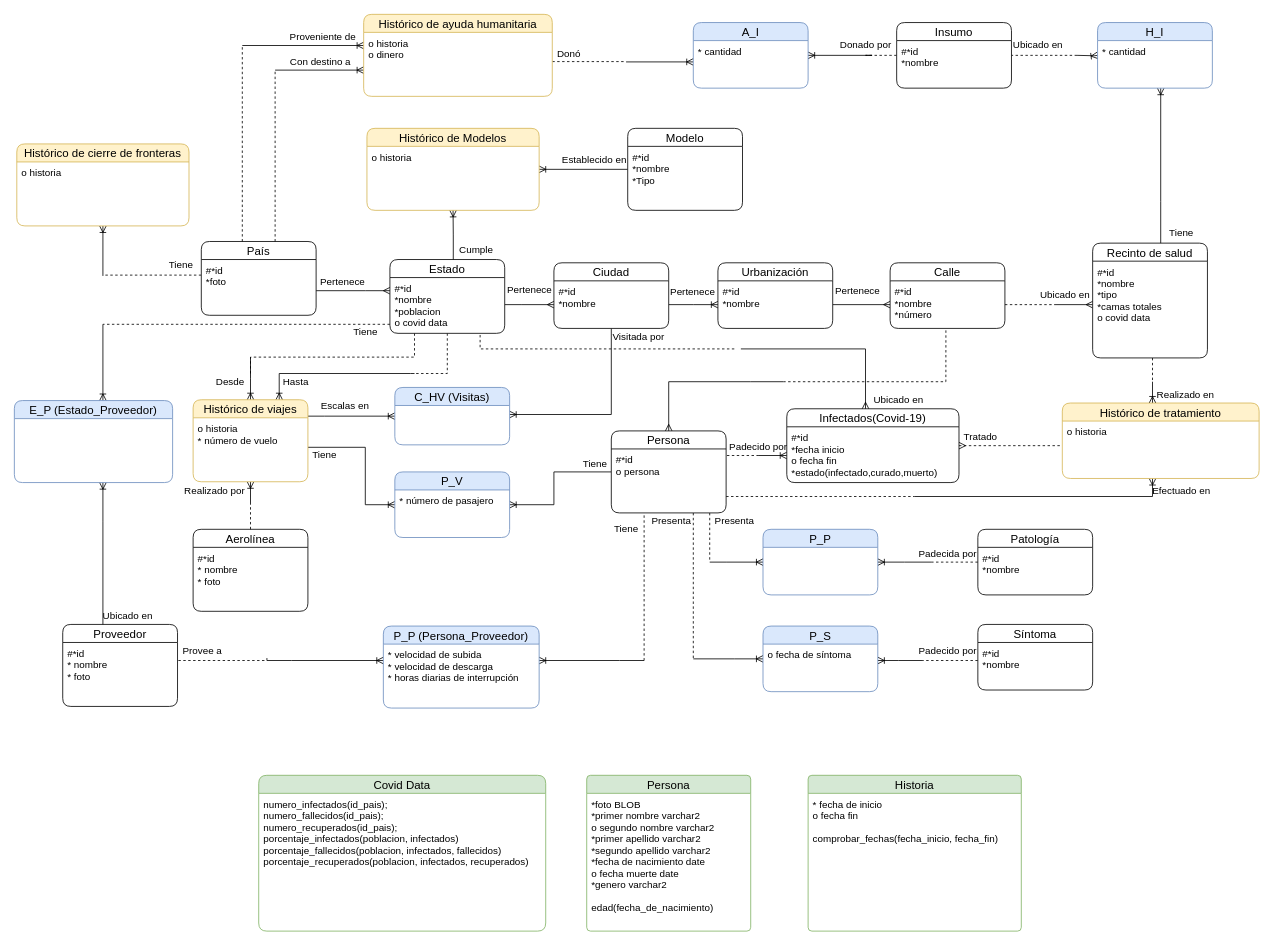
This is DB II/ER_Prototype_2.drawio from NeutronBlast/IS-Ex, a draw.io file, before an edit. Source tidied: cells renumbered, new cells numbered last; positions are measured from the earlier drawing's top-left corner, leaving out a move shared by most shapes. Both pictures are drawn from the tidied source at 82%, with x=0, y=0 at pixel (14, 14).
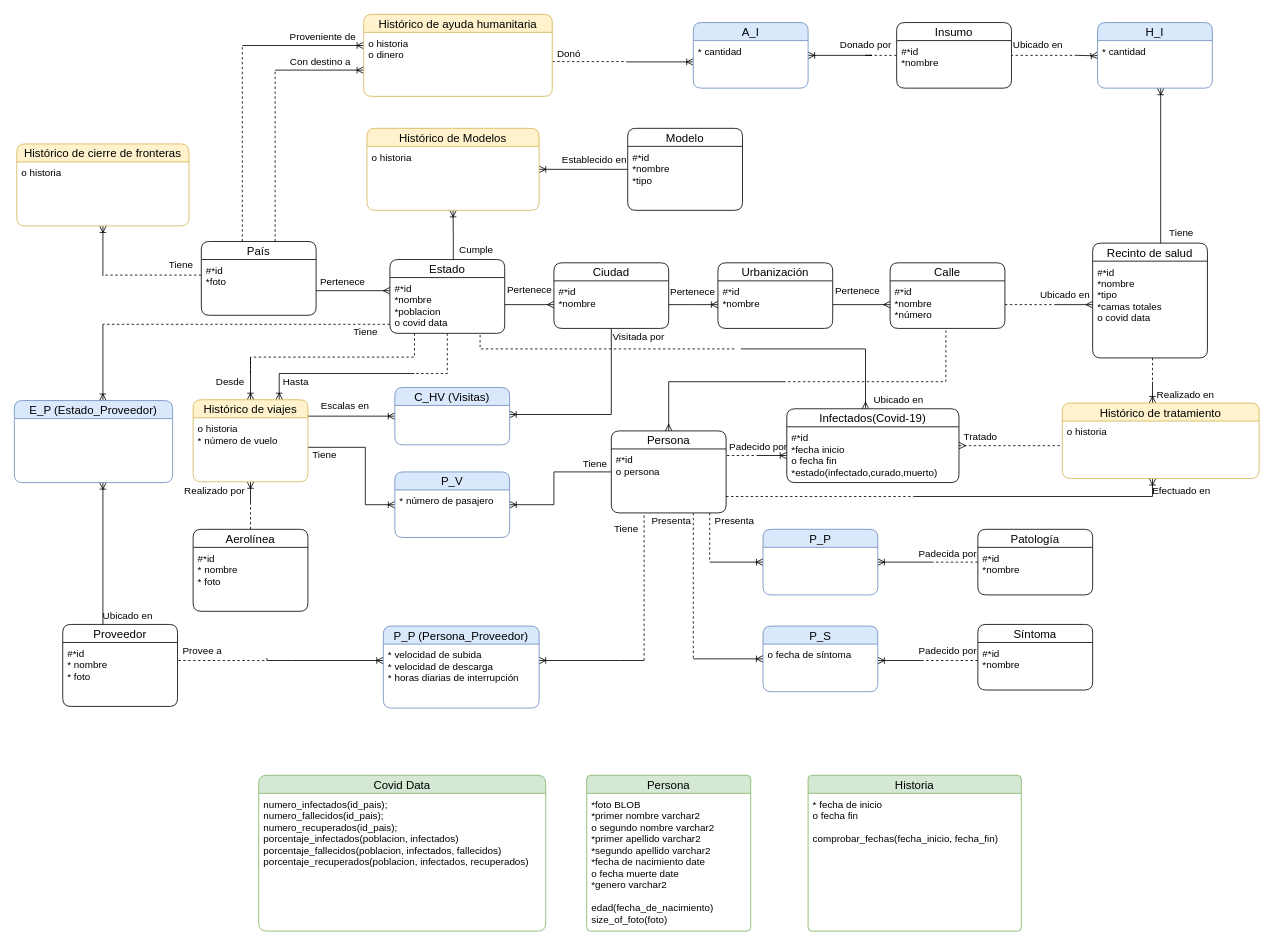
The same diagram, later.

Commit message:
gay shit

xdxxd

Unchanged cells that the change refers to:
```xml
<mxCell id="88" value="Modelo" style="swimlane;fontStyle=0;horizontal=1;startSize=22;fillColor=none;swimlaneFillColor=#ffffff;align=center;fontSize=14;rounded=1;" parent="1" vertex="1">
  <mxGeometry x="748" y="139" width="140" height="100" as="geometry" />
</mxCell>
<mxCell id="115" value="Persona" style="swimlane;fontStyle=0;horizontal=1;startSize=22;fillColor=#d5e8d4;swimlaneFillColor=#ffffff;align=center;fontSize=14;rounded=1;strokeColor=#82b366;arcSize=7;" parent="1" vertex="1">
  <mxGeometry x="698" y="928" width="200" height="190" as="geometry" />
</mxCell>
```

Change to the diagram source:
```diff
@@
-    <mxCell id="89" value="#*id&#10;*nombre&#10;*Tipo" style="text;strokeColor=none;fillColor=none;spacingLeft=4;spacingRight=4;overflow=hidden;fontSize=12;" parent="88" vertex="1">
+    <mxCell id="89" value="#*id&#10;*nombre&#10;*tipo" style="text;strokeColor=none;fillColor=none;spacingLeft=4;spacingRight=4;overflow=hidden;fontSize=12;" parent="88" vertex="1">
       <mxGeometry y="22" width="140" height="78" as="geometry" />
     </mxCell>
@@
-    <mxCell id="116" value="*foto BLOB&#10;*primer nombre varchar2&#10;o segundo nombre varchar2&#10;*primer apellido varchar2&#10;*segundo apellido varchar2&#10;*fecha de nacimiento date&#10;o fecha muerte date&#10;*genero varchar2&#10;&#10;edad(fecha_de_nacimiento)" style="text;strokeColor=none;fillColor=none;spacingLeft=4;spacingRight=4;overflow=hidden;fontSize=12;" parent="115" vertex="1">
+    <mxCell id="116" value="*foto BLOB&#10;*primer nombre varchar2&#10;o segundo nombre varchar2&#10;*primer apellido varchar2&#10;*segundo apellido varchar2&#10;*fecha de nacimiento date&#10;o fecha muerte date&#10;*genero varchar2&#10;&#10;edad(fecha_de_nacimiento)&#10;size_of_foto(foto)" style="text;strokeColor=none;fillColor=none;spacingLeft=4;spacingRight=4;overflow=hidden;fontSize=12;" parent="115" vertex="1">
       <mxGeometry y="22" width="200" height="168" as="geometry" />
     </mxCell>
```
